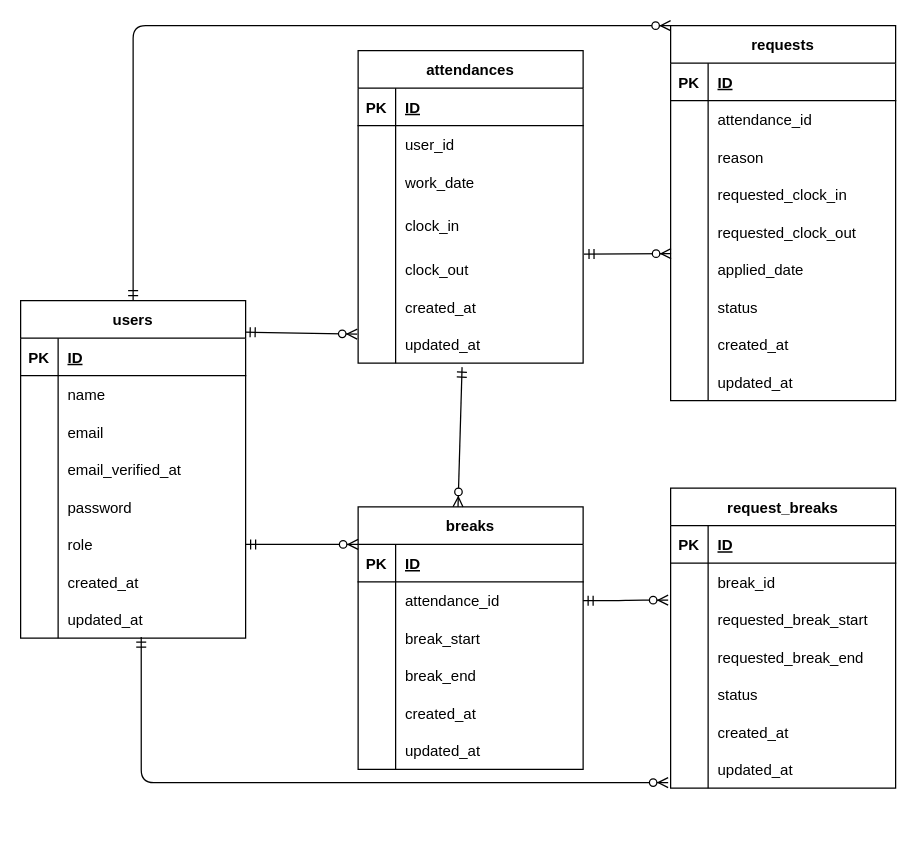
This is ER.drawio from nishimiyu0313/yamada-attendanceapp, a draw.io file, before an edit. Source tidied: cells renumbered, new cells numbered last; positions are measured from the earlier drawing's top-left corner, leaving out a move shared by most shapes. Both pictures are drawn from the tidied source at 125%, with x=0, y=0 at pixel (20, 25).
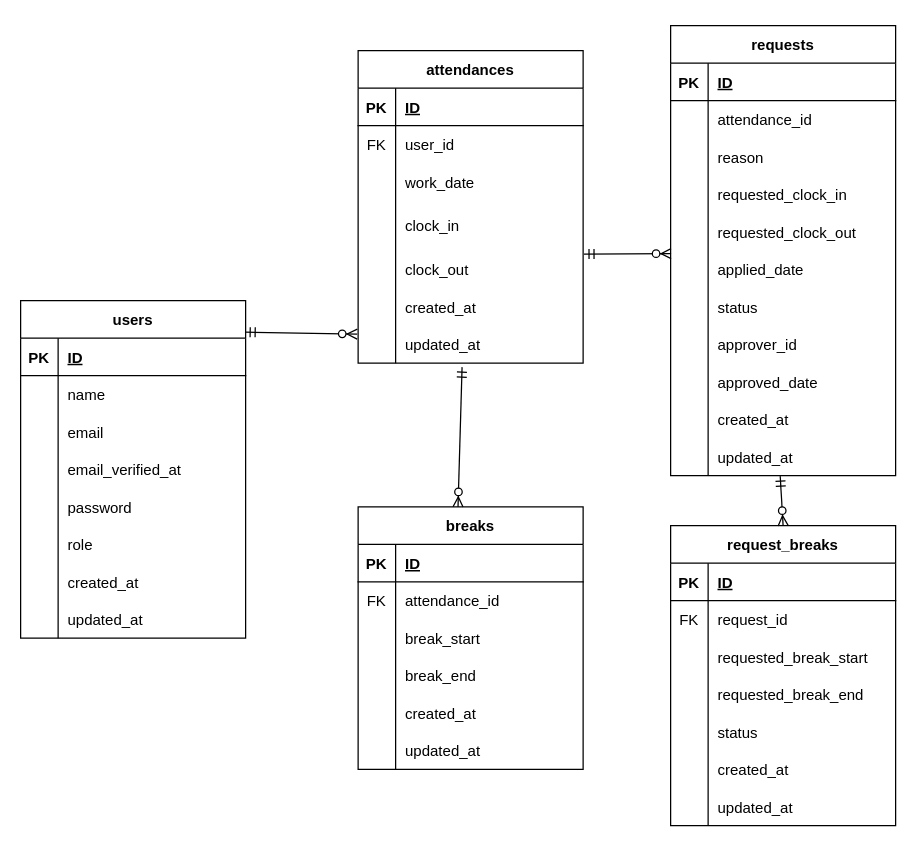
The same diagram, later.

The change refers to these unchanged cells:
```xml
<mxCell id="2" value="users" style="shape=table;startSize=30;childLayout=tableLayout;rowLines=0;fontStyle=1;align=center;" parent="1" vertex="1">
  <mxGeometry y="220" width="180" height="270" as="geometry" />
</mxCell>
<mxCell id="18" style="shape=tableRow;horizontal=0;startSize=0;swimlaneHead=0;swimlaneBody=0;fillColor=none;points=[[0,0.5],[1,0.5]];portConstraint=eastwest;top=0;left=0;right=0;bottom=0;" parent="2" vertex="1">
  <mxGeometry y="180" width="180" height="30" as="geometry" />
</mxCell>
<mxCell id="24" style="shape=tableRow;horizontal=0;startSize=0;swimlaneHead=0;swimlaneBody=0;fillColor=none;points=[[0,0.5],[1,0.5]];portConstraint=eastwest;top=0;left=0;right=0;bottom=0;" parent="2" vertex="1">
  <mxGeometry y="240" width="180" height="30" as="geometry" />
</mxCell>
<mxCell id="31" style="shape=tableRow;horizontal=0;startSize=0;swimlaneHead=0;swimlaneBody=0;fillColor=none;top=0;left=0;right=0;bottom=0;" parent="27" vertex="1">
  <mxGeometry y="60" width="180" height="30" as="geometry" />
</mxCell>
<mxCell id="50" style="shape=tableRow;horizontal=0;startSize=0;swimlaneHead=0;swimlaneBody=0;fillColor=none;points=[[0,0.5],[1,0.5]];portConstraint=eastwest;top=0;left=0;right=0;bottom=1;" parent="49" vertex="1">
  <mxGeometry y="30" width="180" height="30" as="geometry" />
</mxCell>
<mxCell id="53" style="shape=tableRow;horizontal=0;startSize=0;swimlaneHead=0;swimlaneBody=0;fillColor=none;points=[[0,0.5],[1,0.5]];portConstraint=eastwest;top=0;left=0;right=0;bottom=0;" parent="49" vertex="1">
  <mxGeometry y="60" width="180" height="30" as="geometry" />
</mxCell>
<mxCell id="100" style="shape=tableRow;horizontal=0;startSize=0;swimlaneHead=0;swimlaneBody=0;fillColor=none;top=0;left=0;right=0;bottom=0;" parent="96" vertex="1">
  <mxGeometry y="60" width="180" height="30" as="geometry" />
</mxCell>
<mxCell id="103" style="shape=tableRow;horizontal=0;startSize=0;swimlaneHead=0;swimlaneBody=0;fillColor=none;points=[[0,0.5],[1,0.5]];portConstraint=eastwest;top=0;left=0;right=0;bottom=0;" parent="96" vertex="1">
  <mxGeometry y="90" width="180" height="30" as="geometry" />
</mxCell>
<mxCell id="115" style="shape=tableRow;horizontal=0;startSize=0;swimlaneHead=0;swimlaneBody=0;fillColor=none;points=[[0,0.5],[1,0.5]];portConstraint=eastwest;top=0;left=0;right=0;bottom=0;" parent="96" vertex="1">
  <mxGeometry y="210" width="180" height="30" as="geometry" />
</mxCell>
```

Change to the diagram source:
```diff
@@
-    <mxCell id="32" style="shape=partialRectangle;fillColor=none;top=0;left=0;bottom=0;right=0;overflow=hidden;" parent="31" vertex="1">
+    <mxCell id="32" value="FK" style="shape=partialRectangle;fillColor=none;top=0;left=0;bottom=0;right=0;overflow=hidden;" parent="31" vertex="1">
       <mxGeometry width="30" height="30" as="geometry" />
     </mxCell>
@@
-    <mxCell id="54" style="shape=partialRectangle;fillColor=none;top=0;left=0;bottom=0;right=0;overflow=hidden;" parent="53" vertex="1">
+    <mxCell id="54" value="FK" style="shape=partialRectangle;fillColor=none;top=0;left=0;bottom=0;right=0;overflow=hidden;" parent="53" vertex="1">
       <mxGeometry width="30" height="30" as="geometry" />
     </mxCell>
@@
     <mxCell id="68" value="requests" style="shape=table;startSize=30;childLayout=tableLayout;rowLines=0;fontStyle=1;align=center;" parent="1" vertex="1">
-      <mxGeometry x="520" width="180" height="300" as="geometry" />
+      <mxGeometry x="520" width="180" height="360" as="geometry" />
     </mxCell>
@@
+    <mxCell id="125" style="shape=tableRow;horizontal=0;startSize=0;swimlaneHead=0;swimlaneBody=0;fillColor=none;top=0;left=0;right=0;bottom=0;" parent="68" vertex="1">
+      <mxGeometry y="240" width="180" height="30" as="geometry" />
+    </mxCell>
+    <mxCell id="126" style="shape=partialRectangle;fillColor=none;top=0;left=0;bottom=0;right=0;overflow=hidden;" parent="125" vertex="1">
+      <mxGeometry width="30" height="30" as="geometry" />
+    </mxCell>
+    <mxCell id="127" value="approver_id" style="shape=partialRectangle;fillColor=none;top=0;left=0;bottom=0;right=0;align=left;spacingLeft=6;overflow=hidden;" parent="125" vertex="1">
+      <mxGeometry x="30" width="150" height="30" as="geometry" />
+    </mxCell>
+    <mxCell id="128" style="shape=tableRow;horizontal=0;startSize=0;swimlaneHead=0;swimlaneBody=0;fillColor=none;top=0;left=0;right=0;bottom=0;" parent="68" vertex="1">
+      <mxGeometry y="270" width="180" height="30" as="geometry" />
+    </mxCell>
+    <mxCell id="129" style="shape=partialRectangle;fillColor=none;top=0;left=0;bottom=0;right=0;overflow=hidden;" parent="128" vertex="1">
+      <mxGeometry width="30" height="30" as="geometry" />
+    </mxCell>
+    <mxCell id="130" value="approved_date" style="shape=partialRectangle;fillColor=none;top=0;left=0;bottom=0;right=0;align=left;spacingLeft=6;overflow=hidden;" parent="128" vertex="1">
+      <mxGeometry x="30" width="150" height="30" as="geometry" />
+    </mxCell>
     <mxCell id="90" style="shape=tableRow;horizontal=0;startSize=0;swimlaneHead=0;swimlaneBody=0;fillColor=none;top=0;left=0;right=0;bottom=0;" parent="68" vertex="1">
-      <mxGeometry y="240" width="180" height="30" as="geometry" />
+      <mxGeometry y="300" width="180" height="30" as="geometry" />
     </mxCell>
@@
     <mxCell id="93" style="shape=tableRow;horizontal=0;startSize=0;swimlaneHead=0;swimlaneBody=0;fillColor=none;points=[[0,0.5],[1,0.5]];portConstraint=eastwest;top=0;left=0;right=0;bottom=0;" parent="68" vertex="1">
-      <mxGeometry y="270" width="180" height="30" as="geometry" />
+      <mxGeometry y="330" width="180" height="30" as="geometry" />
     </mxCell>
@@
     <mxCell id="96" value="request_breaks" style="shape=table;startSize=30;childLayout=tableLayout;rowLines=0;fontStyle=1;align=center;" parent="1" vertex="1">
-      <mxGeometry x="520" y="370" width="180" height="240" as="geometry" />
+      <mxGeometry x="520" y="400" width="180" height="240" as="geometry" />
     </mxCell>
@@
-    <mxCell id="101" style="shape=partialRectangle;fillColor=none;top=0;left=0;bottom=0;right=0;overflow=hidden;" parent="100" vertex="1">
+    <mxCell id="101" value="FK" style="shape=partialRectangle;fillColor=none;top=0;left=0;bottom=0;right=0;overflow=hidden;" parent="100" vertex="1">
       <mxGeometry width="30" height="30" as="geometry" />
     </mxCell>
-    <mxCell id="102" value="break_id" style="shape=partialRectangle;fillColor=none;top=0;left=0;bottom=0;right=0;align=left;spacingLeft=6;overflow=hidden;" parent="100" vertex="1">
+    <mxCell id="102" value="request_id" style="shape=partialRectangle;fillColor=none;top=0;left=0;bottom=0;right=0;align=left;spacingLeft=6;overflow=hidden;" parent="100" vertex="1">
       <mxGeometry x="30" width="150" height="30" as="geometry" />
     </mxCell>
@@
-    <mxCell id="119" style="edgeStyle=entityRelationEdgeStyle;fontSize=12;html=1;endArrow=ERzeroToMany;startArrow=ERmandOne;exitX=1;exitY=0.5;exitDx=0;exitDy=0;entryX=0;entryY=0;entryDx=0;entryDy=0;entryPerimeter=0;" parent="1" edge="1" source="18" target="50">
-      <mxGeometry relative="1" as="geometry" />
-    </mxCell>
@@
-    <mxCell id="121" style="edgeStyle=orthogonalEdgeStyle;fontSize=12;html=1;endArrow=ERzeroToMany;startArrow=ERmandOne;exitX=0.536;exitY=0.973;exitDx=0;exitDy=0;exitPerimeter=0;entryX=-0.011;entryY=0.853;entryDx=0;entryDy=0;entryPerimeter=0;" parent="1" edge="1" source="24" target="115">
-      <mxGeometry relative="1" as="geometry" />
-    </mxCell>
-    <mxCell id="122" style="edgeStyle=entityRelationEdgeStyle;fontSize=12;html=1;endArrow=ERzeroToMany;startArrow=ERmandOne;exitX=1;exitY=0.5;exitDx=0;exitDy=0;entryX=-0.011;entryY=-0.013;entryDx=0;entryDy=0;entryPerimeter=0;" parent="1" edge="1" source="53" target="103">
+    <mxCell id="122" style="fontSize=12;html=1;endArrow=ERzeroToMany;startArrow=ERmandOne;exitX=0.487;exitY=1.013;exitDx=0;exitDy=0;exitPerimeter=0;entryX=0.5;entryY=0;entryDx=0;entryDy=0;" parent="1" edge="1" source="93" target="96">
       <mxGeometry relative="1" as="geometry" />
     </mxCell>
@@
-    <mxCell id="124" style="edgeStyle=orthogonalEdgeStyle;fontSize=12;html=1;endArrow=ERzeroToMany;startArrow=ERmandOne;exitX=0.5;exitY=0;exitDx=0;exitDy=0;entryX=0;entryY=0;entryDx=0;entryDy=0;" parent="1" edge="1" source="2" target="68">
-      <mxGeometry relative="1" as="geometry">
-        <Array as="points">
-          <mxPoint x="90" />
-        </Array>
-      </mxGeometry>
-    </mxCell>
```
